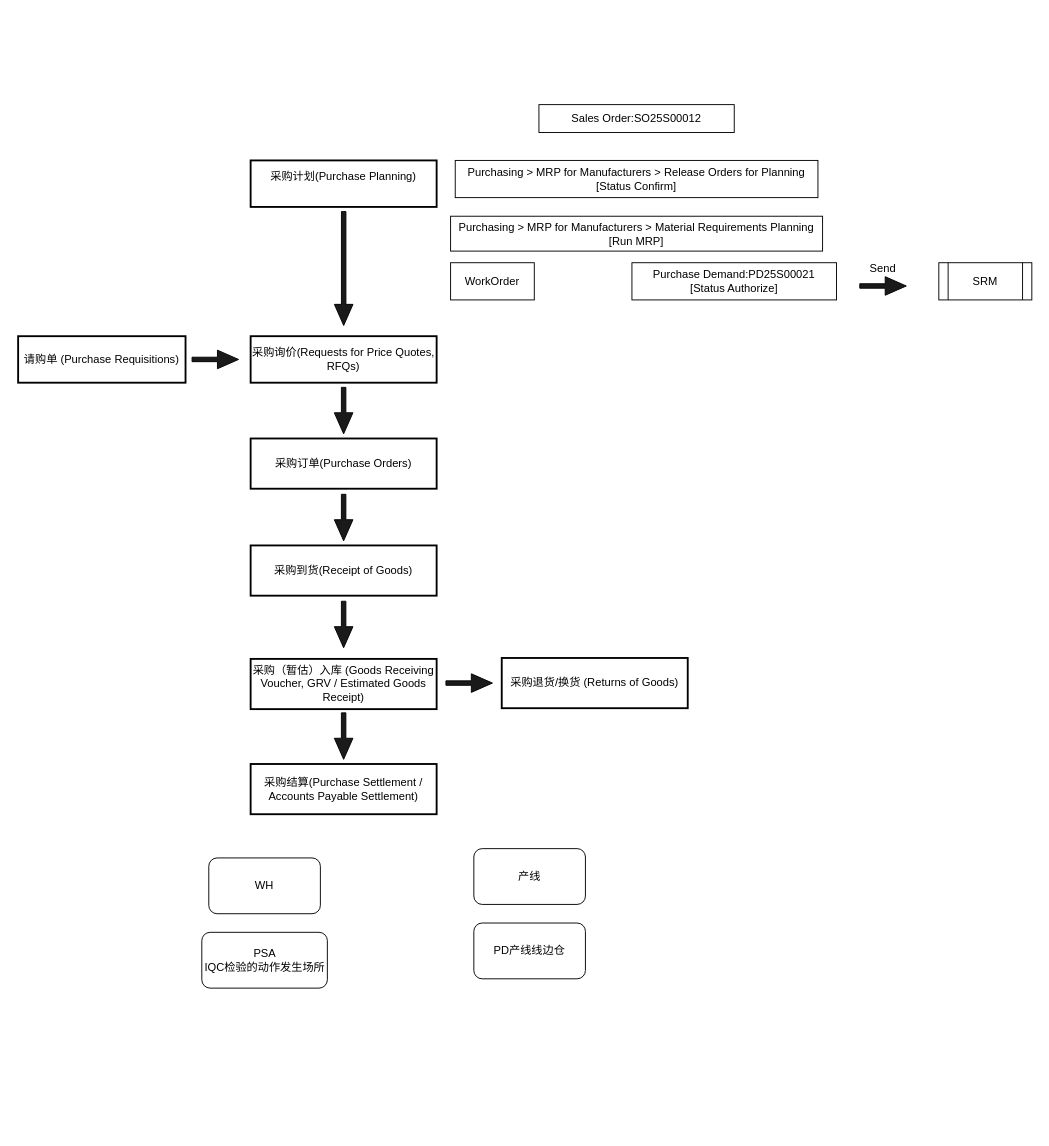
Earlier version of the draw.io diagram ERP.drawio (CJyoung524/DrawIO). Source tidied: cells renumbered, new cells numbered last; positions are measured from the earlier drawing's top-left corner, leaving out a move shared by most shapes. Both pictures are drawn from the tidied source at 93%, with x=0, y=0 at pixel (18, 104).
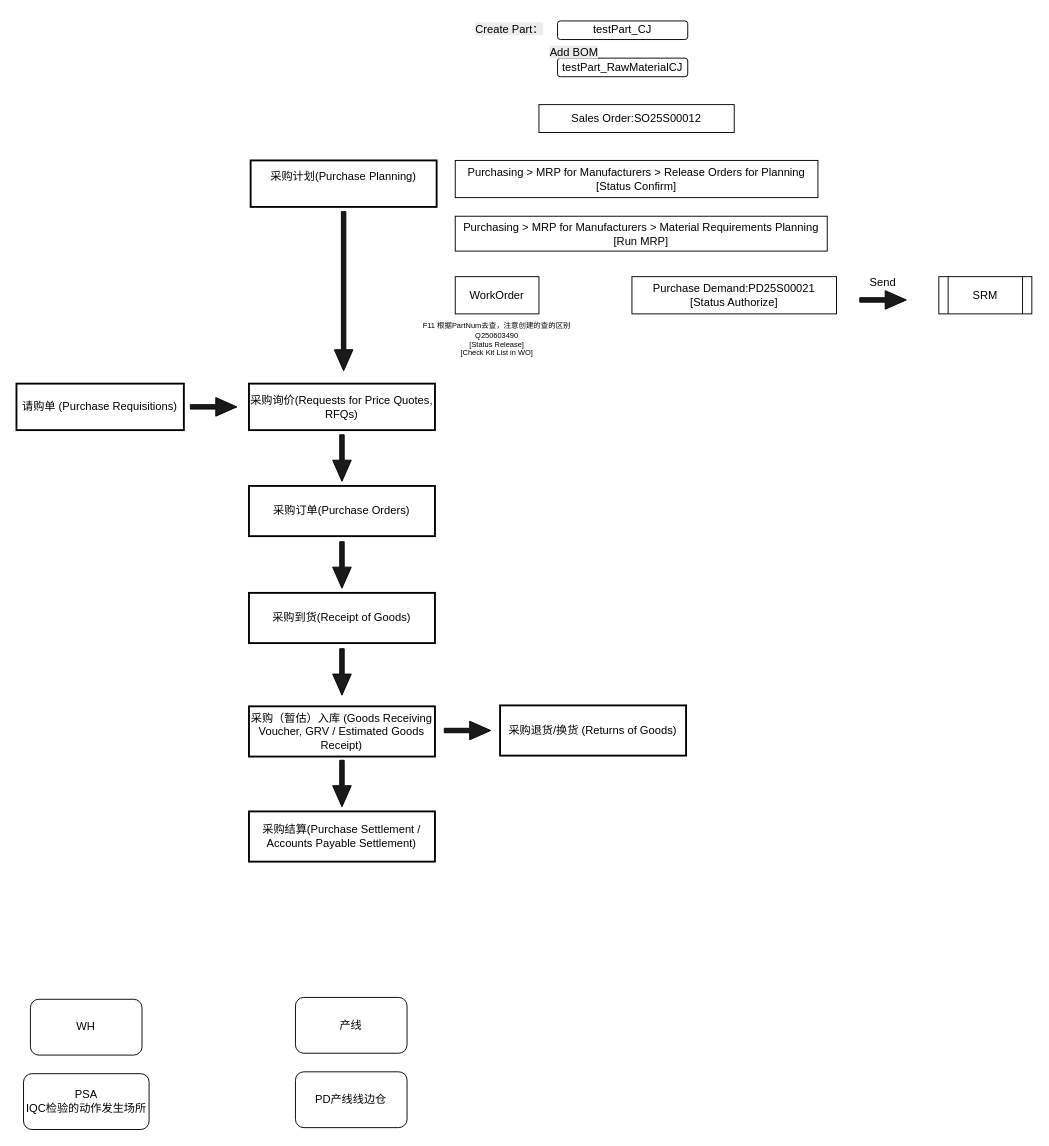
Above is the later version.

What changed in the source:
```diff
@@
     <mxCell id="3" value="采购询价(Requests for Price Quotes, RFQs)" style="whiteSpace=wrap;strokeWidth=2;" parent="1" vertex="1">
-      <mxGeometry x="250" y="249" width="200" height="50" as="geometry" />
+      <mxGeometry x="248.2" y="300" width="200" height="50" as="geometry" />
     </mxCell>
     <mxCell id="4" value="采购订单(Purchase Orders)" style="whiteSpace=wrap;strokeWidth=2;" parent="1" vertex="1">
-      <mxGeometry x="250" y="359" width="200" height="54" as="geometry" />
+      <mxGeometry x="248.2" y="410" width="200" height="54" as="geometry" />
     </mxCell>
     <mxCell id="5" value="采购到货(Receipt of Goods)" style="whiteSpace=wrap;strokeWidth=2;" parent="1" vertex="1">
-      <mxGeometry x="250" y="474" width="200" height="54" as="geometry" />
+      <mxGeometry x="248.2" y="525" width="200" height="54" as="geometry" />
     </mxCell>
     <mxCell id="6" value="采购（暂估）入库 (Goods Receiving Voucher, GRV / Estimated Goods Receipt)" style="whiteSpace=wrap;strokeWidth=2;" parent="1" vertex="1">
-      <mxGeometry x="250" y="596" width="200" height="54" as="geometry" />
+      <mxGeometry x="248.2" y="647" width="200" height="54" as="geometry" />
     </mxCell>
     <mxCell id="7" value="采购结算(Purchase Settlement / Accounts Payable Settlement)" style="whiteSpace=wrap;strokeWidth=2;" parent="1" vertex="1">
-      <mxGeometry x="250" y="709" width="200" height="54" as="geometry" />
+      <mxGeometry x="248.2" y="760" width="200" height="54" as="geometry" />
     </mxCell>
     <mxCell id="8" value="采购退货/换货 (Returns of Goods)" style="whiteSpace=wrap;strokeWidth=2;" parent="1" vertex="1">
-      <mxGeometry x="520" y="595" width="200" height="54" as="geometry" />
+      <mxGeometry x="518.2" y="646" width="200" height="54" as="geometry" />
     </mxCell>
     <mxCell id="9" value="请购单 (Purchase Requisitions)" style="whiteSpace=wrap;strokeWidth=2;" parent="1" vertex="1">
-      <mxGeometry y="249" width="180" height="50" as="geometry" />
+      <mxGeometry x="-1.8" y="300" width="180" height="50" as="geometry" />
     </mxCell>
     <mxCell id="10" style="html=1;shadow=0;dashed=0;align=center;verticalAlign=middle;shape=mxgraph.arrows2.arrow;dy=0.76;dx=22.67;notch=0;fillColor=#1A1A1A;" parent="1" vertex="1">
-      <mxGeometry x="187" y="264" width="50" height="20" as="geometry" />
+      <mxGeometry x="185.2" y="315" width="50" height="20" as="geometry" />
     </mxCell>
     <mxCell id="11" style="html=1;shadow=0;dashed=0;align=center;verticalAlign=middle;shape=mxgraph.arrows2.arrow;dy=0.76;dx=22.67;notch=0;fillColor=#1A1A1A;" parent="1" vertex="1">
-      <mxGeometry x="460" y="612" width="50" height="20" as="geometry" />
+      <mxGeometry x="458.2" y="663" width="50" height="20" as="geometry" />
     </mxCell>
     <mxCell id="12" style="html=1;shadow=0;dashed=0;align=center;verticalAlign=middle;shape=mxgraph.arrows2.arrow;dy=0.76;dx=22.67;notch=0;fillColor=#1A1A1A;rotation=90;" parent="1" vertex="1">
-      <mxGeometry x="288.8" y="166.2" width="122.5" height="20" as="geometry" />
+      <mxGeometry x="264.4" y="190.6" width="171.2" height="20" as="geometry" />
     </mxCell>
     <mxCell id="13" style="html=1;shadow=0;dashed=0;align=center;verticalAlign=middle;shape=mxgraph.arrows2.arrow;dy=0.76;dx=22.67;notch=0;fillColor=#1A1A1A;rotation=90;" parent="1" vertex="1">
-      <mxGeometry x="325" y="319" width="50" height="20" as="geometry" />
+      <mxGeometry x="323.2" y="370" width="50" height="20" as="geometry" />
     </mxCell>
     <mxCell id="14" style="html=1;shadow=0;dashed=0;align=center;verticalAlign=middle;shape=mxgraph.arrows2.arrow;dy=0.76;dx=22.67;notch=0;fillColor=#1A1A1A;rotation=90;" parent="1" vertex="1">
-      <mxGeometry x="325" y="434" width="50" height="20" as="geometry" />
+      <mxGeometry x="323.2" y="485" width="50" height="20" as="geometry" />
     </mxCell>
     <mxCell id="15" style="html=1;shadow=0;dashed=0;align=center;verticalAlign=middle;shape=mxgraph.arrows2.arrow;dy=0.76;dx=22.67;notch=0;fillColor=#1A1A1A;rotation=90;" parent="1" vertex="1">
-      <mxGeometry x="325" y="549" width="50" height="20" as="geometry" />
+      <mxGeometry x="323.2" y="600" width="50" height="20" as="geometry" />
     </mxCell>
     <mxCell id="16" style="html=1;shadow=0;dashed=0;align=center;verticalAlign=middle;shape=mxgraph.arrows2.arrow;dy=0.76;dx=22.67;notch=0;fillColor=#1A1A1A;rotation=90;" parent="1" vertex="1">
-      <mxGeometry x="325" y="669" width="50" height="20" as="geometry" />
+      <mxGeometry x="323.2" y="720" width="50" height="20" as="geometry" />
     </mxCell>
     <mxCell id="17" value="WH" style="rounded=1;whiteSpace=wrap;html=1;" parent="1" vertex="1">
-      <mxGeometry x="205" y="810" width="120" height="60" as="geometry" />
+      <mxGeometry x="13.2" y="962" width="120" height="60" as="geometry" />
     </mxCell>
     <mxCell id="18" value="PSA&lt;div&gt;IQC检验的动作发生场所&lt;/div&gt;" style="rounded=1;whiteSpace=wrap;html=1;" parent="1" vertex="1">
-      <mxGeometry x="197.5" y="890" width="135" height="60" as="geometry" />
+      <mxGeometry x="5.8" y="1042" width="135" height="60" as="geometry" />
     </mxCell>
     <mxCell id="19" value="PD产线线边仓" style="rounded=1;whiteSpace=wrap;html=1;" parent="1" vertex="1">
-      <mxGeometry x="490" y="880" width="120" height="60" as="geometry" />
+      <mxGeometry x="298.2" y="1040" width="120" height="60" as="geometry" />
     </mxCell>
     <mxCell id="20" value="产线" style="rounded=1;whiteSpace=wrap;html=1;" parent="1" vertex="1">
-      <mxGeometry x="490" y="800" width="120" height="60" as="geometry" />
+      <mxGeometry x="298.2" y="960" width="120" height="60" as="geometry" />
     </mxCell>
@@
     <mxCell id="23" value="Purchasing &amp;gt; MRP for Manufacturers &amp;gt; Material Requirements Planning&lt;div&gt;[Run MRP]&lt;/div&gt;" style="whiteSpace=wrap;html=1;" parent="1" vertex="1">
-      <mxGeometry x="465" y="120" width="400" height="37.5" as="geometry" />
+      <mxGeometry x="470" y="120" width="400" height="37.5" as="geometry" />
     </mxCell>
     <mxCell id="24" value="WorkOrder" style="rounded=0;whiteSpace=wrap;html=1;" parent="1" vertex="1">
-      <mxGeometry x="465" y="170" width="90" height="40" as="geometry" />
+      <mxGeometry x="470" y="185" width="90" height="40" as="geometry" />
     </mxCell>
     <mxCell id="25" value="Purchase Demand:PD25S00021&lt;div&gt;[Status Authorize]&lt;/div&gt;" style="rounded=0;whiteSpace=wrap;html=1;" parent="1" vertex="1">
-      <mxGeometry x="660" y="170" width="220" height="40" as="geometry" />
+      <mxGeometry x="660" y="185" width="220" height="40" as="geometry" />
     </mxCell>
     <mxCell id="26" value="SRM" style="shape=process;whiteSpace=wrap;html=1;backgroundOutline=1;" parent="1" vertex="1">
-      <mxGeometry x="990" y="170" width="100" height="40" as="geometry" />
+      <mxGeometry x="990" y="185" width="100" height="40" as="geometry" />
     </mxCell>
     <mxCell id="27" style="group;" parent="1" vertex="1">
-      <mxGeometry x="900" y="162" width="60" height="43" as="geometry" />
+      <mxGeometry x="900" y="177" width="60" height="43" as="geometry" />
     </mxCell>
@@
+    <mxCell id="30" value="F11 根据PartNum去查，注意创建的查的区别&lt;div&gt;Q250603490&lt;/div&gt;&lt;div&gt;[Status Release]&lt;/div&gt;&lt;div&gt;[Check Kit List in WO]&lt;/div&gt;" style="text;html=1;align=center;verticalAlign=middle;whiteSpace=wrap;rounded=0;fontSize=8;" parent="1" vertex="1">
+      <mxGeometry x="425" y="230" width="180" height="46" as="geometry" />
+    </mxCell>
+    <mxCell id="31" value="testPart_CJ" style="rounded=1;whiteSpace=wrap;html=1;" parent="1" vertex="1">
+      <mxGeometry x="580" y="-90" width="140" height="20" as="geometry" />
+    </mxCell>
+    <mxCell id="32" value="testPart_RawMaterialCJ" style="rounded=1;whiteSpace=wrap;html=1;" parent="1" vertex="1">
+      <mxGeometry x="580" y="-50" width="140" height="20" as="geometry" />
+    </mxCell>
+    <mxCell id="33" value="&lt;span style=&quot;color: rgb(0, 0, 0); font-family: Helvetica; font-size: 12px; font-style: normal; font-variant-ligatures: normal; font-variant-caps: normal; font-weight: 400; letter-spacing: normal; orphans: 2; text-align: center; text-indent: 0px; text-transform: none; widows: 2; word-spacing: 0px; -webkit-text-stroke-width: 0px; white-space: normal; background-color: rgb(236, 236, 236); text-decoration-thickness: initial; text-decoration-style: initial; text-decoration-color: initial; display: inline !important; float: none;&quot;&gt;Create Part：&lt;/span&gt;" style="text;whiteSpace=wrap;html=1;" parent="1" vertex="1">
+      <mxGeometry x="490" y="-95" width="80" height="30" as="geometry" />
+    </mxCell>
+    <mxCell id="34" value="&lt;span style=&quot;color: rgb(0, 0, 0); font-family: Helvetica; font-size: 12px; font-style: normal; font-variant-ligatures: normal; font-variant-caps: normal; font-weight: 400; letter-spacing: normal; orphans: 2; text-align: center; text-indent: 0px; text-transform: none; widows: 2; word-spacing: 0px; -webkit-text-stroke-width: 0px; white-space: normal; background-color: rgb(236, 236, 236); text-decoration-thickness: initial; text-decoration-style: initial; text-decoration-color: initial; float: none; display: inline !important;&quot;&gt;Add BOM&lt;/span&gt;" style="text;whiteSpace=wrap;html=1;" parent="1" vertex="1">
+      <mxGeometry x="570" y="-70" width="80" height="30" as="geometry" />
+    </mxCell>
```
